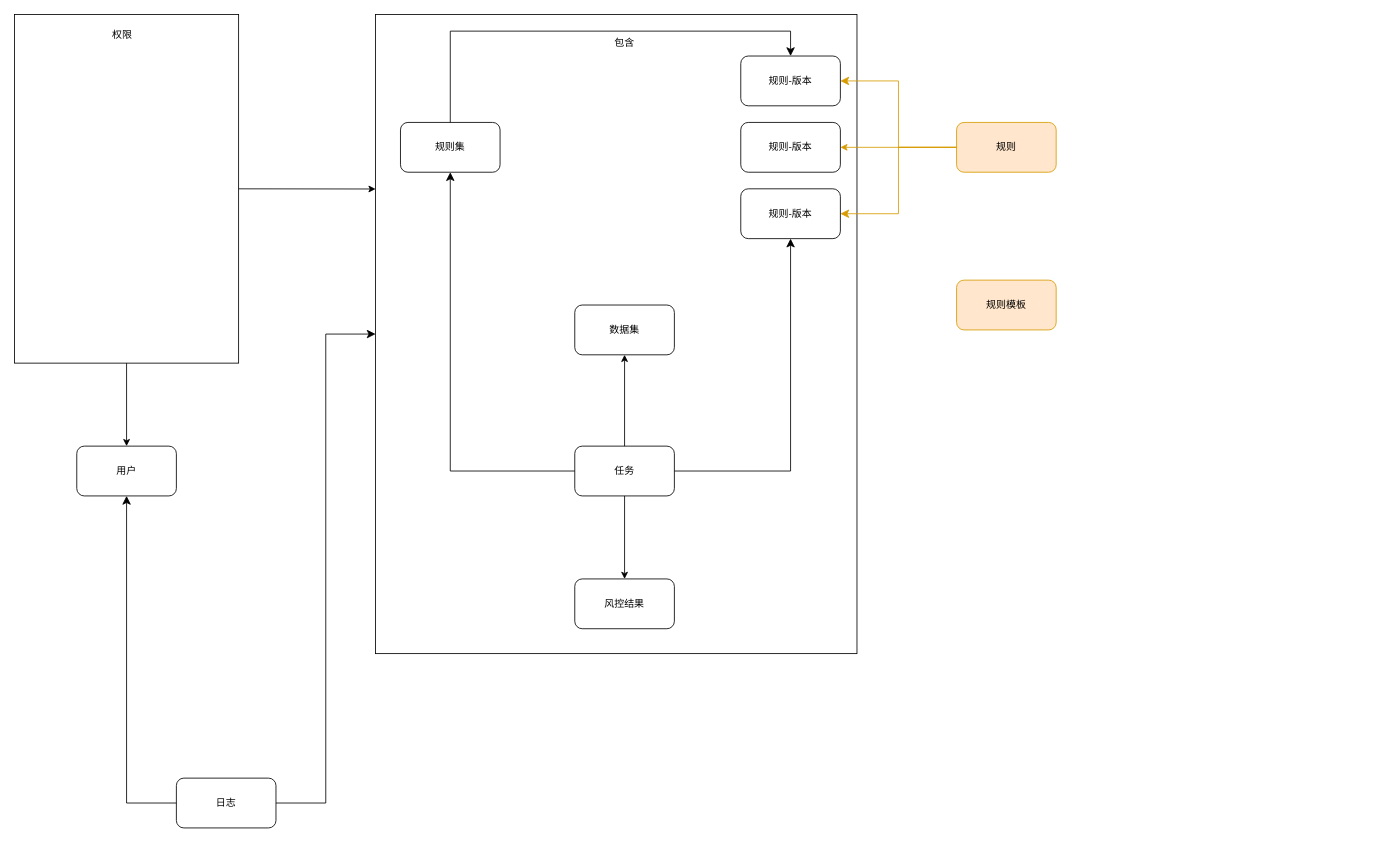
This is page "业务核心概念" (2 of 4) of 社保架构设计图.drawio from XiaoLiuAI/diagrams, a draw.io file, before an edit. Source tidied: cells renumbered, new cells numbered last; positions are measured from the earlier drawing's top-left corner, leaving out a move shared by most shapes. Both pictures are drawn from the tidied source at 83%, with x=0, y=0 at pixel (14, 14).
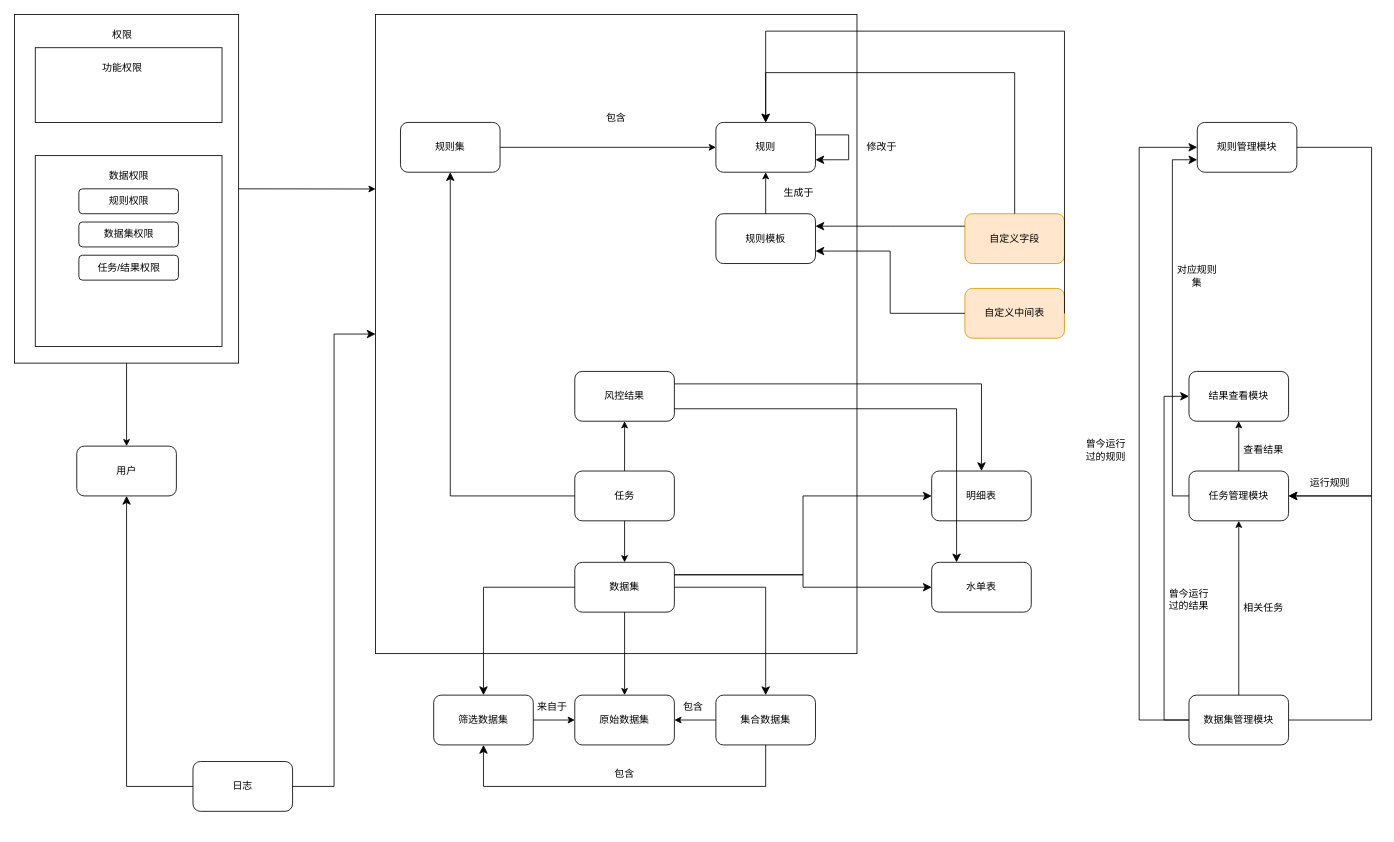
The same diagram, later.

The change refers to these unchanged cells:
```xml
<mxCell id="10" value="规则集" style="rounded=1;whiteSpace=wrap;html=1;" parent="1" vertex="1">
  <mxGeometry x="465" y="130" width="120" height="60" as="geometry" />
</mxCell>
<mxCell id="24" style="group;" parent="1" vertex="1">
  <mxGeometry width="270" height="420" as="geometry" />
</mxCell>
```

Change to the diagram source:
```diff
@@
-    <mxCell id="3" value="规则" style="rounded=1;whiteSpace=wrap;html=1;fillColor=#ffe6cc;strokeColor=#D79B00;" parent="1" vertex="1">
-      <mxGeometry x="1135" y="130" width="120" height="60" as="geometry" />
-    </mxCell>
-    <mxCell id="4" value="规则-版本" style="rounded=1;whiteSpace=wrap;html=1;" parent="1" vertex="1">
-      <mxGeometry x="875" y="50" width="120" height="60" as="geometry" />
+    <mxCell id="4" value="规则" style="rounded=1;whiteSpace=wrap;html=1;" parent="1" vertex="1">
+      <mxGeometry x="845" y="130" width="120" height="60" as="geometry" />
     </mxCell>
-    <mxCell id="5" value="规则-版本" style="rounded=1;whiteSpace=wrap;html=1;" parent="1" vertex="1">
-      <mxGeometry x="875" y="130" width="120" height="60" as="geometry" />
-    </mxCell>
-    <mxCell id="6" value="规则-版本" style="rounded=1;whiteSpace=wrap;html=1;" parent="1" vertex="1">
-      <mxGeometry x="875" y="210" width="120" height="60" as="geometry" />
-    </mxCell>
-    <mxCell id="7" style="edgeStyle=elbowEdgeStyle;elbow=horizontal;endArrow=classic;html=1;curved=0;rounded=0;endSize=8;startSize=8;entryX=1;entryY=0.5;entryDx=0;entryDy=0;exitX=0;exitY=0.5;exitDx=0;exitDy=0;fillColor=#ffe6cc;strokeColor=#D79B00;" parent="1" edge="1" source="3" target="4">
-      <mxGeometry relative="1" as="geometry" />
-    </mxCell>
-    <mxCell id="8" style="endArrow=classic;html=1;rounded=0;exitX=0;exitY=0.5;exitDx=0;exitDy=0;fillColor=#ffe6cc;strokeColor=#D79B00;" parent="1" edge="1" source="3" target="5">
-      <mxGeometry relative="1" as="geometry" />
-    </mxCell>
-    <mxCell id="9" style="edgeStyle=elbowEdgeStyle;elbow=horizontal;endArrow=classic;html=1;curved=0;rounded=0;endSize=8;startSize=8;entryX=1;entryY=0.5;entryDx=0;entryDy=0;exitX=0;exitY=0.5;exitDx=0;exitDy=0;fillColor=#ffe6cc;strokeColor=#D79B00;" parent="1" edge="1" source="3" target="6">
-      <mxGeometry relative="1" as="geometry" />
-    </mxCell>
@@
     <mxCell id="11" value="数据集" style="rounded=1;whiteSpace=wrap;html=1;" parent="1" vertex="1">
-      <mxGeometry x="675" y="350" width="120" height="60" as="geometry" />
+      <mxGeometry x="675" y="660" width="120" height="60" as="geometry" />
     </mxCell>
     <mxCell id="12" value="任务" style="rounded=1;whiteSpace=wrap;html=1;" parent="1" vertex="1">
-      <mxGeometry x="675" y="520" width="120" height="60" as="geometry" />
+      <mxGeometry x="675" y="550" width="120" height="60" as="geometry" />
     </mxCell>
@@
-    <mxCell id="15" style="endArrow=classic;html=1;rounded=0;entryX=0.5;entryY=1;entryDx=0;entryDy=0;exitX=0.5;exitY=0;exitDx=0;exitDy=0;" parent="1" edge="1" source="12" target="11">
+    <mxCell id="15" style="endArrow=classic;html=1;rounded=0;entryX=0.5;entryY=0;entryDx=0;entryDy=0;" parent="1" edge="1" source="12" target="11">
       <mxGeometry relative="1" as="geometry" />
     </mxCell>
-    <mxCell id="16" style="edgeStyle=elbowEdgeStyle;elbow=horizontal;endArrow=classic;html=1;curved=0;rounded=0;endSize=8;startSize=8;entryX=0.5;entryY=1;entryDx=0;entryDy=0;" parent="1" edge="1" target="6">
-      <mxGeometry relative="1" as="geometry">
-        <mxPoint x="795" y="550" as="sourcePoint" />
-        <Array as="points">
-          <mxPoint x="935" y="460" />
-        </Array>
-      </mxGeometry>
-    </mxCell>
     <mxCell id="17" value="日志" style="rounded=1;whiteSpace=wrap;html=1;" parent="1" vertex="1">
-      <mxGeometry x="195" y="920" width="120" height="60" as="geometry" />
+      <mxGeometry x="215" y="900" width="120" height="60" as="geometry" />
     </mxCell>
@@
     <mxCell id="19" value="风控结果" style="rounded=1;whiteSpace=wrap;html=1;" parent="1" vertex="1">
-      <mxGeometry x="675" y="680" width="120" height="60" as="geometry" />
+      <mxGeometry x="675" y="430" width="120" height="60" as="geometry" />
     </mxCell>
-    <mxCell id="20" style="endArrow=classic;html=1;rounded=0;exitX=0.5;exitY=1;exitDx=0;exitDy=0;entryX=0.5;entryY=0;entryDx=0;entryDy=0;" parent="1" edge="1" source="12" target="19">
+    <mxCell id="20" style="endArrow=classic;html=1;rounded=0;exitX=0.5;exitY=0;exitDx=0;exitDy=0;entryX=0.5;entryY=1;entryDx=0;entryDy=0;" parent="1" edge="1" source="12" target="19">
       <mxGeometry relative="1" as="geometry" />
     </mxCell>
@@
-    <mxCell id="22" style="edgeStyle=elbowEdgeStyle;elbow=horizontal;endArrow=classic;html=1;curved=0;rounded=0;endSize=8;startSize=8;exitX=0.5;exitY=0;exitDx=0;exitDy=0;entryX=0.5;entryY=0;entryDx=0;entryDy=0;" parent="1" edge="1" source="10" target="4">
-      <mxGeometry relative="1" as="geometry">
-        <Array as="points">
-          <mxPoint x="615" y="20" />
-          <mxPoint x="705" y="80" />
-        </Array>
-      </mxGeometry>
-    </mxCell>
     <mxCell id="23" value="包含" style="text;html=1;strokeColor=none;fillColor=none;align=center;verticalAlign=middle;whiteSpace=wrap;rounded=0;" parent="1" vertex="1">
-      <mxGeometry x="705" y="20" width="60" height="30" as="geometry" />
+      <mxGeometry x="695" y="110" width="60" height="30" as="geometry" />
     </mxCell>
@@
+    <mxCell id="30" style="group;" parent="24" vertex="1">
+      <mxGeometry x="25" y="40" width="225" height="190" as="geometry" />
+    </mxCell>
+    <mxCell id="31" style="rounded=0;whiteSpace=wrap;html=1;" parent="30" vertex="1">
+      <mxGeometry width="225" height="90" as="geometry" />
+    </mxCell>
+    <mxCell id="32" value="功能权限" style="text;html=1;strokeColor=none;fillColor=none;align=center;verticalAlign=middle;whiteSpace=wrap;rounded=0;" parent="30" vertex="1">
+      <mxGeometry x="75" y="10" width="60" height="30" as="geometry" />
+    </mxCell>
+    <mxCell id="33" style="group;" parent="24" vertex="1">
+      <mxGeometry x="25" y="210" width="225" height="190" as="geometry" />
+    </mxCell>
+    <mxCell id="34" style="group;" parent="33" vertex="1">
+      <mxGeometry y="-40" width="225" height="230" as="geometry" />
+    </mxCell>
+    <mxCell id="35" style="rounded=0;whiteSpace=wrap;html=1;" parent="34" vertex="1">
+      <mxGeometry width="225" height="230" as="geometry" />
+    </mxCell>
+    <mxCell id="36" value="数据权限" style="text;html=1;strokeColor=none;fillColor=none;align=center;verticalAlign=middle;whiteSpace=wrap;rounded=0;" parent="34" vertex="1">
+      <mxGeometry x="82.5" y="10" width="60" height="30" as="geometry" />
+    </mxCell>
+    <mxCell id="37" value="规则权限" style="rounded=1;whiteSpace=wrap;html=1;" parent="34" vertex="1">
+      <mxGeometry x="52.5" y="40" width="120" height="30" as="geometry" />
+    </mxCell>
+    <mxCell id="38" value="数据集权限" style="rounded=1;whiteSpace=wrap;html=1;" parent="34" vertex="1">
+      <mxGeometry x="52.5" y="80" width="120" height="30" as="geometry" />
+    </mxCell>
+    <mxCell id="39" value="任务/结果权限" style="rounded=1;whiteSpace=wrap;html=1;" parent="34" vertex="1">
+      <mxGeometry x="52.5" y="120" width="120" height="30" as="geometry" />
+    </mxCell>
@@
-    <mxCell id="29" value="规则模板" style="rounded=1;whiteSpace=wrap;html=1;fillColor=#ffe6cc;strokeColor=#D79B00;" parent="1" vertex="1">
-      <mxGeometry x="1135" y="320" width="120" height="60" as="geometry" />
+    <mxCell id="29" value="规则模板" style="rounded=1;whiteSpace=wrap;html=1;" parent="1" vertex="1">
+      <mxGeometry x="845" y="240" width="120" height="60" as="geometry" />
     </mxCell>
+    <mxCell id="40" value="原始数据集" style="rounded=1;whiteSpace=wrap;html=1;" parent="1" vertex="1">
+      <mxGeometry x="675" y="820" width="120" height="60" as="geometry" />
+    </mxCell>
+    <mxCell id="41" value="筛选数据集" style="rounded=1;whiteSpace=wrap;html=1;" parent="1" vertex="1">
+      <mxGeometry x="505" y="820" width="120" height="60" as="geometry" />
+    </mxCell>
+    <mxCell id="42" value="集合数据集" style="rounded=1;whiteSpace=wrap;html=1;" parent="1" vertex="1">
+      <mxGeometry x="845" y="820" width="120" height="60" as="geometry" />
+    </mxCell>
+    <mxCell id="43" style="endArrow=classic;html=1;rounded=0;exitX=0.5;exitY=1;exitDx=0;exitDy=0;" parent="1" edge="1" source="11" target="40">
+      <mxGeometry relative="1" as="geometry" />
+    </mxCell>
+    <mxCell id="44" style="edgeStyle=segmentEdgeStyle;endArrow=classic;html=1;curved=0;rounded=0;endSize=8;startSize=8;entryX=0.5;entryY=0;entryDx=0;entryDy=0;" parent="1" edge="1" source="11" target="42">
+      <mxGeometry relative="1" as="geometry" />
+    </mxCell>
+    <mxCell id="45" style="edgeStyle=segmentEdgeStyle;endArrow=classic;html=1;curved=0;rounded=0;endSize=8;startSize=8;exitX=0;exitY=0.5;exitDx=0;exitDy=0;" parent="1" edge="1" source="11" target="41">
+      <mxGeometry relative="1" as="geometry" />
+    </mxCell>
+    <mxCell id="46" style="endArrow=classic;html=1;rounded=0;exitX=0;exitY=0.5;exitDx=0;exitDy=0;entryX=1;entryY=0.5;entryDx=0;entryDy=0;" parent="1" edge="1" source="42" target="40">
+      <mxGeometry relative="1" as="geometry" />
+    </mxCell>
+    <mxCell id="47" style="edgeStyle=elbowEdgeStyle;elbow=vertical;endArrow=classic;html=1;curved=0;rounded=0;endSize=8;startSize=8;exitX=0.5;exitY=1;exitDx=0;exitDy=0;entryX=0.5;entryY=1;entryDx=0;entryDy=0;" parent="1" edge="1" source="42" target="41">
+      <mxGeometry relative="1" as="geometry">
+        <Array as="points">
+          <mxPoint x="755" y="930" />
+          <mxPoint x="815" y="950" />
+        </Array>
+      </mxGeometry>
+    </mxCell>
+    <mxCell id="48" style="endArrow=classic;html=1;rounded=0;exitX=1;exitY=0.5;exitDx=0;exitDy=0;entryX=0;entryY=0.5;entryDx=0;entryDy=0;" parent="1" edge="1" source="41" target="40">
+      <mxGeometry relative="1" as="geometry" />
+    </mxCell>
+    <mxCell id="22" style="endArrow=classic;html=1;rounded=0;exitX=1;exitY=0.5;exitDx=0;exitDy=0;" parent="1" edge="1" source="10" target="4">
+      <mxGeometry relative="1" as="geometry" />
+    </mxCell>
+    <mxCell id="49" style="endArrow=classic;html=1;rounded=0;entryX=0.5;entryY=1;entryDx=0;entryDy=0;exitX=0.5;exitY=0;exitDx=0;exitDy=0;" parent="1" edge="1" source="29" target="4">
+      <mxGeometry relative="1" as="geometry" />
+    </mxCell>
+    <mxCell id="50" style="edgeStyle=elbowEdgeStyle;elbow=vertical;endArrow=classic;html=1;curved=0;rounded=0;endSize=8;startSize=8;entryX=1;entryY=0.75;entryDx=0;entryDy=0;exitX=1;exitY=0.25;exitDx=0;exitDy=0;" parent="1" edge="1" source="4" target="4">
+      <mxGeometry relative="1" as="geometry">
+        <Array as="points">
+          <mxPoint x="1005" y="110" />
+          <mxPoint x="1005" y="130" />
+          <mxPoint x="975" y="90" />
+        </Array>
+      </mxGeometry>
+    </mxCell>
+    <mxCell id="51" value="修改于" style="text;html=1;strokeColor=none;fillColor=none;align=center;verticalAlign=middle;whiteSpace=wrap;rounded=0;" parent="1" vertex="1">
+      <mxGeometry x="1015" y="145" width="60" height="30" as="geometry" />
+    </mxCell>
+    <mxCell id="52" value="来自于" style="text;html=1;strokeColor=none;fillColor=none;align=center;verticalAlign=middle;whiteSpace=wrap;rounded=0;" parent="1" vertex="1">
+      <mxGeometry x="618" y="820" width="60" height="30" as="geometry" />
+    </mxCell>
+    <mxCell id="53" value="包含" style="text;html=1;strokeColor=none;fillColor=none;align=center;verticalAlign=middle;whiteSpace=wrap;rounded=0;" parent="1" vertex="1">
+      <mxGeometry x="788" y="820" width="60" height="30" as="geometry" />
+    </mxCell>
+    <mxCell id="54" value="包含" style="text;html=1;strokeColor=none;fillColor=none;align=center;verticalAlign=middle;whiteSpace=wrap;rounded=0;" parent="1" vertex="1">
+      <mxGeometry x="705" y="900" width="60" height="30" as="geometry" />
+    </mxCell>
+    <mxCell id="55" value="明细表" style="rounded=1;whiteSpace=wrap;html=1;" parent="1" vertex="1">
+      <mxGeometry x="1105" y="550" width="120" height="60" as="geometry" />
+    </mxCell>
+    <mxCell id="56" value="水单表" style="rounded=1;whiteSpace=wrap;html=1;" parent="1" vertex="1">
+      <mxGeometry x="1105" y="660" width="120" height="60" as="geometry" />
+    </mxCell>
+    <mxCell id="57" style="edgeStyle=elbowEdgeStyle;elbow=horizontal;endArrow=classic;html=1;curved=0;rounded=0;endSize=8;startSize=8;entryX=0;entryY=0.5;entryDx=0;entryDy=0;exitX=1;exitY=0.25;exitDx=0;exitDy=0;" parent="1" edge="1" source="11" target="55">
+      <mxGeometry relative="1" as="geometry" />
+    </mxCell>
+    <mxCell id="58" style="edgeStyle=elbowEdgeStyle;elbow=horizontal;endArrow=classic;html=1;curved=0;rounded=0;endSize=8;startSize=8;entryX=0;entryY=0.5;entryDx=0;entryDy=0;exitX=1;exitY=0.25;exitDx=0;exitDy=0;" parent="1" edge="1" source="11" target="56">
+      <mxGeometry relative="1" as="geometry" />
+    </mxCell>
+    <mxCell id="59" style="edgeStyle=segmentEdgeStyle;endArrow=classic;html=1;curved=0;rounded=0;endSize=8;startSize=8;entryX=0.5;entryY=0;entryDx=0;entryDy=0;exitX=1;exitY=0.25;exitDx=0;exitDy=0;" parent="1" edge="1" source="19" target="55">
+      <mxGeometry relative="1" as="geometry" />
+    </mxCell>
+    <mxCell id="60" style="edgeStyle=segmentEdgeStyle;endArrow=classic;html=1;curved=0;rounded=0;endSize=8;startSize=8;entryX=0.25;entryY=0;entryDx=0;entryDy=0;exitX=1;exitY=0.75;exitDx=0;exitDy=0;" parent="1" edge="1" source="19" target="56">
+      <mxGeometry relative="1" as="geometry" />
+    </mxCell>
+    <mxCell id="61" value="自定义字段" style="rounded=1;whiteSpace=wrap;html=1;fillColor=#ffe6cc;strokeColor=#d79b00;" parent="1" vertex="1">
+      <mxGeometry x="1145" y="240" width="120" height="60" as="geometry" />
+    </mxCell>
+    <mxCell id="62" value="生成于" style="text;html=1;strokeColor=none;fillColor=none;align=center;verticalAlign=middle;whiteSpace=wrap;rounded=0;" parent="1" vertex="1">
+      <mxGeometry x="915" y="200" width="60" height="30" as="geometry" />
+    </mxCell>
+    <mxCell id="63" value="自定义中间表" style="rounded=1;whiteSpace=wrap;html=1;fillColor=#ffe6cc;strokeColor=#d79b00;" parent="1" vertex="1">
+      <mxGeometry x="1145" y="330" width="120" height="60" as="geometry" />
+    </mxCell>
+    <mxCell id="64" style="edgeStyle=elbowEdgeStyle;elbow=horizontal;endArrow=classic;html=1;curved=0;rounded=0;endSize=8;startSize=8;entryX=1;entryY=0.25;entryDx=0;entryDy=0;exitX=0;exitY=0.25;exitDx=0;exitDy=0;" parent="1" edge="1" source="61" target="29">
+      <mxGeometry relative="1" as="geometry" />
+    </mxCell>
+    <mxCell id="65" style="edgeStyle=elbowEdgeStyle;elbow=horizontal;endArrow=classic;html=1;curved=0;rounded=0;endSize=8;startSize=8;entryX=1;entryY=0.75;entryDx=0;entryDy=0;exitX=0;exitY=0.5;exitDx=0;exitDy=0;" parent="1" edge="1" source="63" target="29">
+      <mxGeometry relative="1" as="geometry" />
+    </mxCell>
+    <mxCell id="66" style="edgeStyle=elbowEdgeStyle;elbow=vertical;endArrow=classic;html=1;curved=0;rounded=0;endSize=8;startSize=8;entryX=0.5;entryY=0;entryDx=0;entryDy=0;" parent="1" edge="1" source="61" target="4">
+      <mxGeometry relative="1" as="geometry">
+        <Array as="points">
+          <mxPoint x="1065" y="70" />
+        </Array>
+      </mxGeometry>
+    </mxCell>
+    <mxCell id="67" style="edgeStyle=elbowEdgeStyle;elbow=vertical;endArrow=classic;html=1;curved=0;rounded=0;endSize=8;startSize=8;entryX=0.5;entryY=0;entryDx=0;entryDy=0;exitX=1;exitY=0.5;exitDx=0;exitDy=0;" parent="1" edge="1" source="63" target="4">
+      <mxGeometry relative="1" as="geometry">
+        <Array as="points">
+          <mxPoint x="1215" y="20" />
+          <mxPoint x="1315" y="180" />
+          <mxPoint x="1045" y="40" />
+        </Array>
+      </mxGeometry>
+    </mxCell>
+    <mxCell id="68" value="数据集管理模块" style="rounded=1;whiteSpace=wrap;html=1;" parent="1" vertex="1">
+      <mxGeometry x="1415" y="820" width="120" height="60" as="geometry" />
+    </mxCell>
+    <mxCell id="69" value="规则管理模块" style="rounded=1;whiteSpace=wrap;html=1;" parent="1" vertex="1">
+      <mxGeometry x="1425" y="130" width="120" height="60" as="geometry" />
+    </mxCell>
+    <mxCell id="70" value="结果查看模块" style="rounded=1;whiteSpace=wrap;html=1;" parent="1" vertex="1">
+      <mxGeometry x="1415" y="430" width="120" height="60" as="geometry" />
+    </mxCell>
+    <mxCell id="71" value="任务管理模块" style="rounded=1;whiteSpace=wrap;html=1;" parent="1" vertex="1">
+      <mxGeometry x="1415" y="550" width="120" height="60" as="geometry" />
+    </mxCell>
+    <mxCell id="72" style="edgeStyle=elbowEdgeStyle;elbow=horizontal;endArrow=classic;html=1;curved=0;rounded=0;endSize=8;startSize=8;exitX=1;exitY=0.5;exitDx=0;exitDy=0;entryX=1;entryY=0.5;entryDx=0;entryDy=0;" parent="1" edge="1" source="69" target="71">
+      <mxGeometry relative="1" as="geometry">
+        <Array as="points">
+          <mxPoint x="1635" y="400" />
+        </Array>
+      </mxGeometry>
+    </mxCell>
+    <mxCell id="73" value="运行规则" style="text;html=1;strokeColor=none;fillColor=none;align=center;verticalAlign=middle;whiteSpace=wrap;rounded=0;" parent="1" vertex="1">
+      <mxGeometry x="1555" y="550" width="60" height="30" as="geometry" />
+    </mxCell>
+    <mxCell id="74" style="endArrow=classic;html=1;rounded=0;entryX=0.5;entryY=1;entryDx=0;entryDy=0;exitX=0.5;exitY=0;exitDx=0;exitDy=0;" parent="1" edge="1" source="71" target="70">
+      <mxGeometry relative="1" as="geometry" />
+    </mxCell>
+    <mxCell id="75" value="查看结果" style="text;html=1;strokeColor=none;fillColor=none;align=center;verticalAlign=middle;whiteSpace=wrap;rounded=0;" parent="1" vertex="1">
+      <mxGeometry x="1475" y="510" width="60" height="30" as="geometry" />
+    </mxCell>
+    <mxCell id="76" style="edgeStyle=elbowEdgeStyle;elbow=horizontal;endArrow=classic;html=1;curved=0;rounded=0;endSize=8;startSize=8;entryX=0;entryY=0.5;entryDx=0;entryDy=0;exitX=0;exitY=0.5;exitDx=0;exitDy=0;" parent="1" edge="1" source="68" target="69">
+      <mxGeometry relative="1" as="geometry">
+        <Array as="points">
+          <mxPoint x="1355" y="520" />
+        </Array>
+      </mxGeometry>
+    </mxCell>
+    <mxCell id="77" style="endArrow=classic;html=1;rounded=0;entryX=0.5;entryY=1;entryDx=0;entryDy=0;exitX=0.5;exitY=0;exitDx=0;exitDy=0;" parent="1" edge="1" source="68" target="71">
+      <mxGeometry relative="1" as="geometry" />
+    </mxCell>
+    <mxCell id="78" value="相关任务" style="text;html=1;strokeColor=none;fillColor=none;align=center;verticalAlign=middle;whiteSpace=wrap;rounded=0;" parent="1" vertex="1">
+      <mxGeometry x="1475" y="700" width="60" height="30" as="geometry" />
+    </mxCell>
+    <mxCell id="79" value="曾今运行过的规则" style="text;html=1;strokeColor=none;fillColor=none;align=center;verticalAlign=middle;whiteSpace=wrap;rounded=0;" parent="1" vertex="1">
+      <mxGeometry x="1285" y="510" width="60" height="30" as="geometry" />
+    </mxCell>
+    <mxCell id="80" style="edgeStyle=elbowEdgeStyle;elbow=horizontal;endArrow=classic;html=1;curved=0;rounded=0;endSize=8;startSize=8;entryX=0;entryY=0.5;entryDx=0;entryDy=0;exitX=0;exitY=0.5;exitDx=0;exitDy=0;" parent="1" edge="1" source="68" target="70">
+      <mxGeometry relative="1" as="geometry">
+        <Array as="points">
+          <mxPoint x="1385" y="660" />
+        </Array>
+      </mxGeometry>
+    </mxCell>
+    <mxCell id="81" value="曾今运行过的结果" style="text;html=1;strokeColor=none;fillColor=none;align=center;verticalAlign=middle;whiteSpace=wrap;rounded=0;" parent="1" vertex="1">
+      <mxGeometry x="1385" y="690" width="60" height="30" as="geometry" />
+    </mxCell>
+    <mxCell id="82" style="edgeStyle=elbowEdgeStyle;elbow=horizontal;endArrow=classic;html=1;curved=0;rounded=0;endSize=8;startSize=8;exitX=0;exitY=0.5;exitDx=0;exitDy=0;entryX=0;entryY=0.75;entryDx=0;entryDy=0;" parent="1" edge="1" source="71" target="69">
+      <mxGeometry relative="1" as="geometry">
+        <Array as="points">
+          <mxPoint x="1395" y="390" />
+        </Array>
+      </mxGeometry>
+    </mxCell>
+    <mxCell id="83" value="对应规则集" style="text;html=1;strokeColor=none;fillColor=none;align=center;verticalAlign=middle;whiteSpace=wrap;rounded=0;" parent="1" vertex="1">
+      <mxGeometry x="1395" y="300" width="60" height="30" as="geometry" />
+    </mxCell>
+    <mxCell id="84" style="edgeStyle=elbowEdgeStyle;elbow=horizontal;endArrow=classic;html=1;curved=0;rounded=0;endSize=8;startSize=8;entryX=1;entryY=0.5;entryDx=0;entryDy=0;exitX=1;exitY=0.5;exitDx=0;exitDy=0;" parent="1" edge="1" source="68" target="71">
+      <mxGeometry relative="1" as="geometry">
+        <Array as="points">
+          <mxPoint x="1635" y="710" />
+        </Array>
+      </mxGeometry>
+    </mxCell>
```
